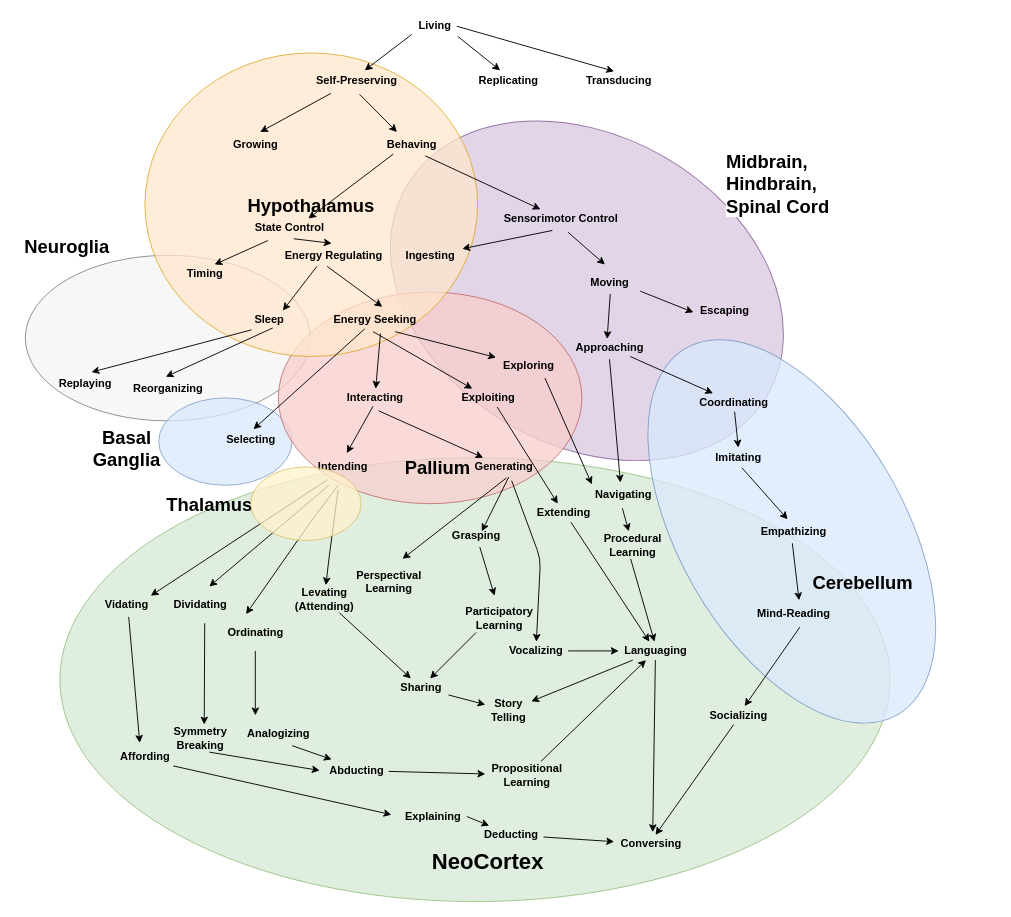
The draw.io diagram brain_evolution.drawio in codeaudit/1, before the edit. Source tidied: cells renumbered, new cells numbered last; positions are measured from the earlier drawing's top-left corner, leaving out a move shared by most shapes. Both pictures are drawn from the tidied source at 92%, with x=0, y=0 at pixel (16, 16).
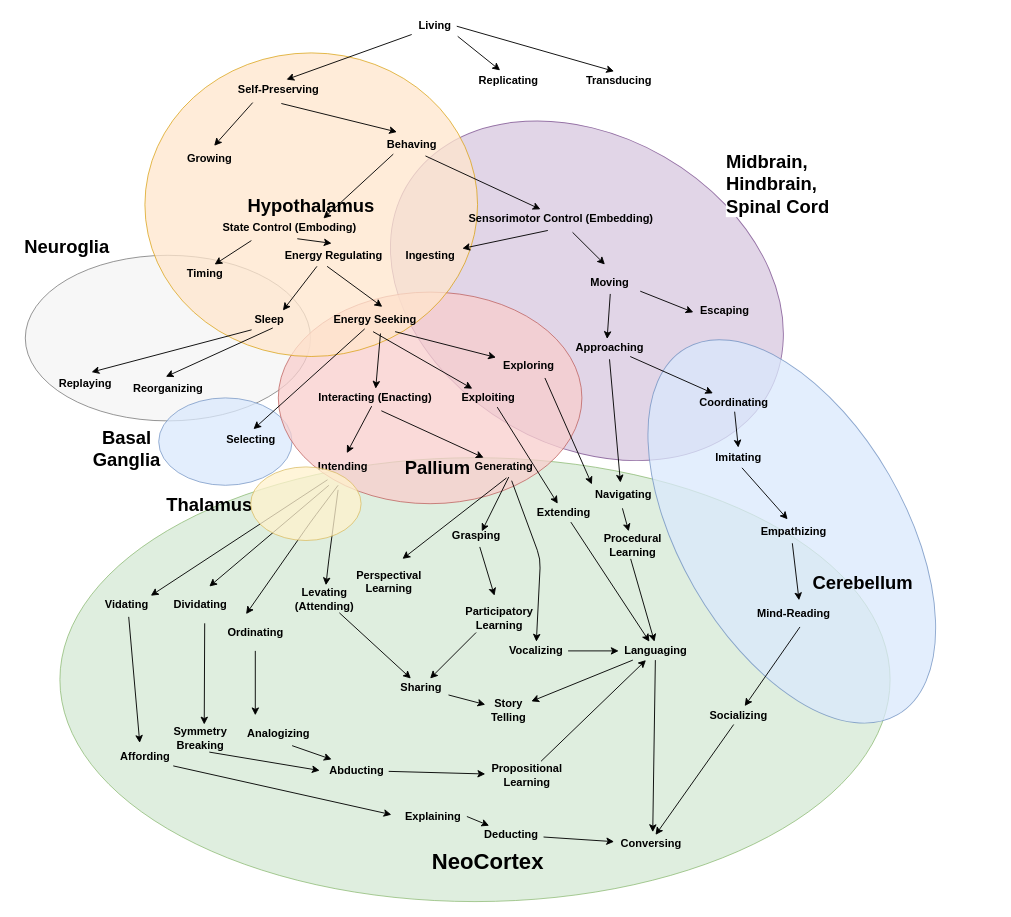
The same diagram, later.

Diff of the diagram source:
```diff
@@
     <mxCell id="10" value="Self-Preserving" style="text;html=1;align=center;verticalAlign=middle;points=[];fontStyle=1;" parent="1" vertex="1">
-      <mxGeometry x="320" y="60" width="100" height="20" as="geometry" />
+      <mxGeometry x="235" y="70" width="100" height="20" as="geometry" />
     </mxCell>
@@
     <mxCell id="12" value="Growing" style="text;html=1;align=center;verticalAlign=middle;points=[];fontStyle=1;" parent="1" vertex="1">
-      <mxGeometry x="230" y="130" width="60" height="20" as="geometry" />
+      <mxGeometry x="180" y="145" width="60" height="20" as="geometry" />
     </mxCell>
@@
-    <mxCell id="14" value="State Control" style="text;html=1;align=center;verticalAlign=middle;points=[];fontStyle=1;" parent="1" vertex="1">
-      <mxGeometry x="251.7" y="220" width="90" height="20" as="geometry" />
+    <mxCell id="14" value="State Control (Emboding)" style="text;html=1;align=center;verticalAlign=middle;points=[];fontStyle=1;" parent="1" vertex="1">
+      <mxGeometry x="216.7" y="220" width="160" height="20" as="geometry" />
     </mxCell>
-    <mxCell id="15" value="Sensorimotor Control" style="text;html=1;align=center;verticalAlign=middle;points=[];fontStyle=1;" parent="1" vertex="1">
-      <mxGeometry x="521.6" y="210" width="140" height="20" as="geometry" />
+    <mxCell id="15" value="Sensorimotor Control (Embedding)" style="text;html=1;align=center;verticalAlign=middle;points=[];fontStyle=1;" parent="1" vertex="1">
+      <mxGeometry x="481.6" y="210" width="220" height="20" as="geometry" />
     </mxCell>
@@
-    <mxCell id="18" value="Interacting" style="text;html=1;align=center;verticalAlign=middle;points=[];fontStyle=1;" parent="1" vertex="1">
-      <mxGeometry x="350" y="405" width="80" height="20" as="geometry" />
+    <mxCell id="18" value="Interacting (Enacting)" style="text;html=1;align=center;verticalAlign=middle;points=[];fontStyle=1;" parent="1" vertex="1">
+      <mxGeometry x="320" y="405" width="140" height="20" as="geometry" />
     </mxCell>
```
